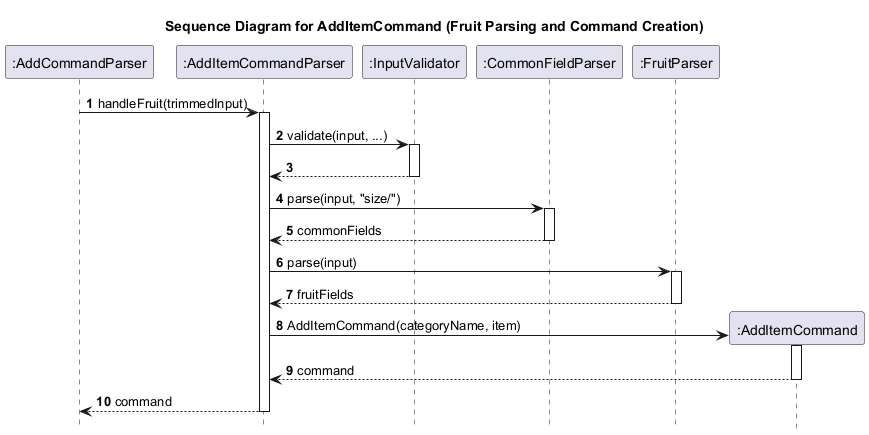
Before: docs/diagrams/sequence/AddItemCommandFruitParsingFlow.png, a diagram exported from PlantUML (KOIiiii07/tp). Source of this version:
```plantuml
@startuml
title Sequence Diagram for AddItemCommand (Fruit Parsing and Command Creation)

autonumber
hide footbox

participant ":AddCommandParser" as AddCommandParser
participant ":AddItemCommandParser" as AddItemCommandParser
participant ":InputValidator" as InputValidator
participant ":CommonFieldParser" as CommonFieldParser
participant ":FruitParser" as FruitParser
participant ":AddItemCommand" as AddItemCommand

AddCommandParser -> AddItemCommandParser: handleFruit(trimmedInput)
activate AddItemCommandParser

AddItemCommandParser -> InputValidator: validate(input, ...)
activate InputValidator
InputValidator --> AddItemCommandParser
deactivate InputValidator

AddItemCommandParser -> CommonFieldParser: parse(input, "size/")
activate CommonFieldParser
CommonFieldParser --> AddItemCommandParser: commonFields
deactivate CommonFieldParser

AddItemCommandParser -> FruitParser: parse(input)
activate FruitParser
FruitParser --> AddItemCommandParser: fruitFields
deactivate FruitParser

create AddItemCommand
AddItemCommandParser -> AddItemCommand: AddItemCommand(categoryName, item)
activate AddItemCommand
AddItemCommand --> AddItemCommandParser: command
deactivate AddItemCommand

AddItemCommandParser --> AddCommandParser: command
deactivate AddItemCommandParser
@enduml
```
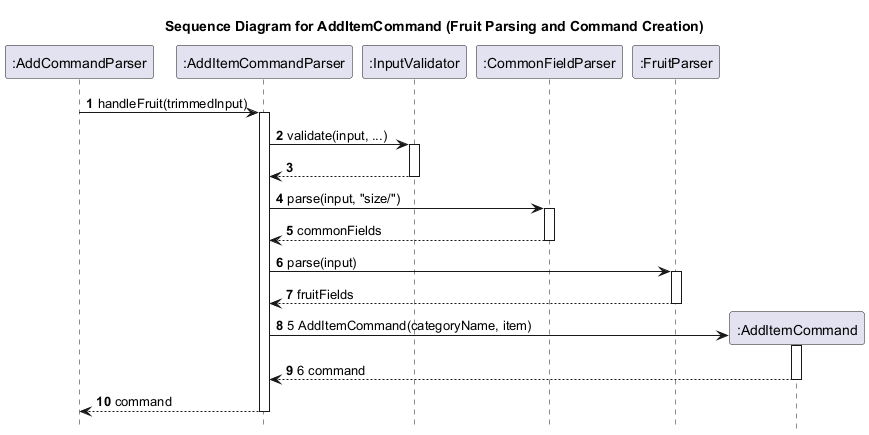
Above is the later version.

Change to the diagram source:
```diff
@@ -9,7 +9,6 @@
 participant ":InputValidator" as InputValidator
 participant ":CommonFieldParser" as CommonFieldParser
 participant ":FruitParser" as FruitParser
-participant ":AddItemCommand" as AddItemCommand
 
 AddCommandParser -> AddItemCommandParser: handleFruit(trimmedInput)
 activate AddItemCommandParser
@@ -29,10 +28,10 @@
 FruitParser --> AddItemCommandParser: fruitFields
 deactivate FruitParser
 
-create AddItemCommand
-AddItemCommandParser -> AddItemCommand: AddItemCommand(categoryName, item)
+create ":AddItemCommand" as AddItemCommand
+AddItemCommandParser -> AddItemCommand: 5 AddItemCommand(categoryName, item)
 activate AddItemCommand
-AddItemCommand --> AddItemCommandParser: command
+AddItemCommand --> AddItemCommandParser: 6 command
 deactivate AddItemCommand
 
 AddItemCommandParser --> AddCommandParser: command
```
